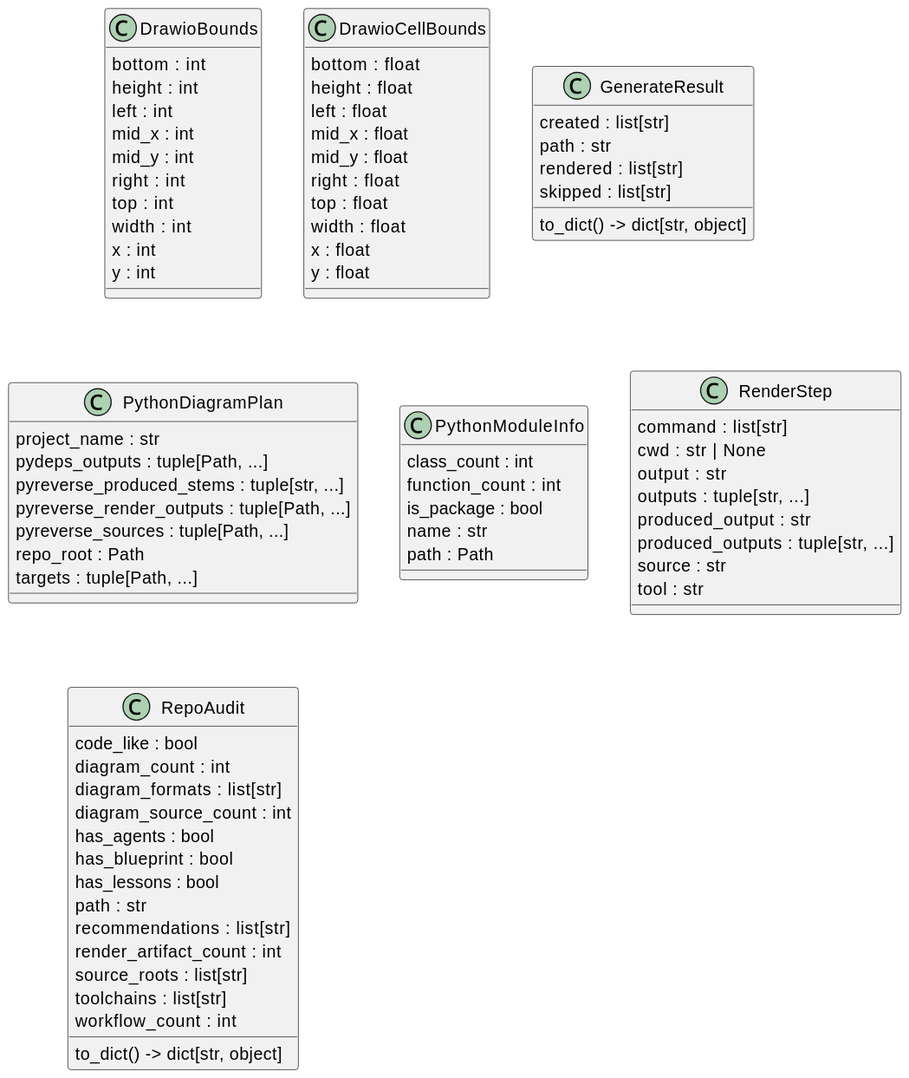
Above: docs/diagrams/python-classes.puml.svg in casonk/archility (PlantUML), before the change.
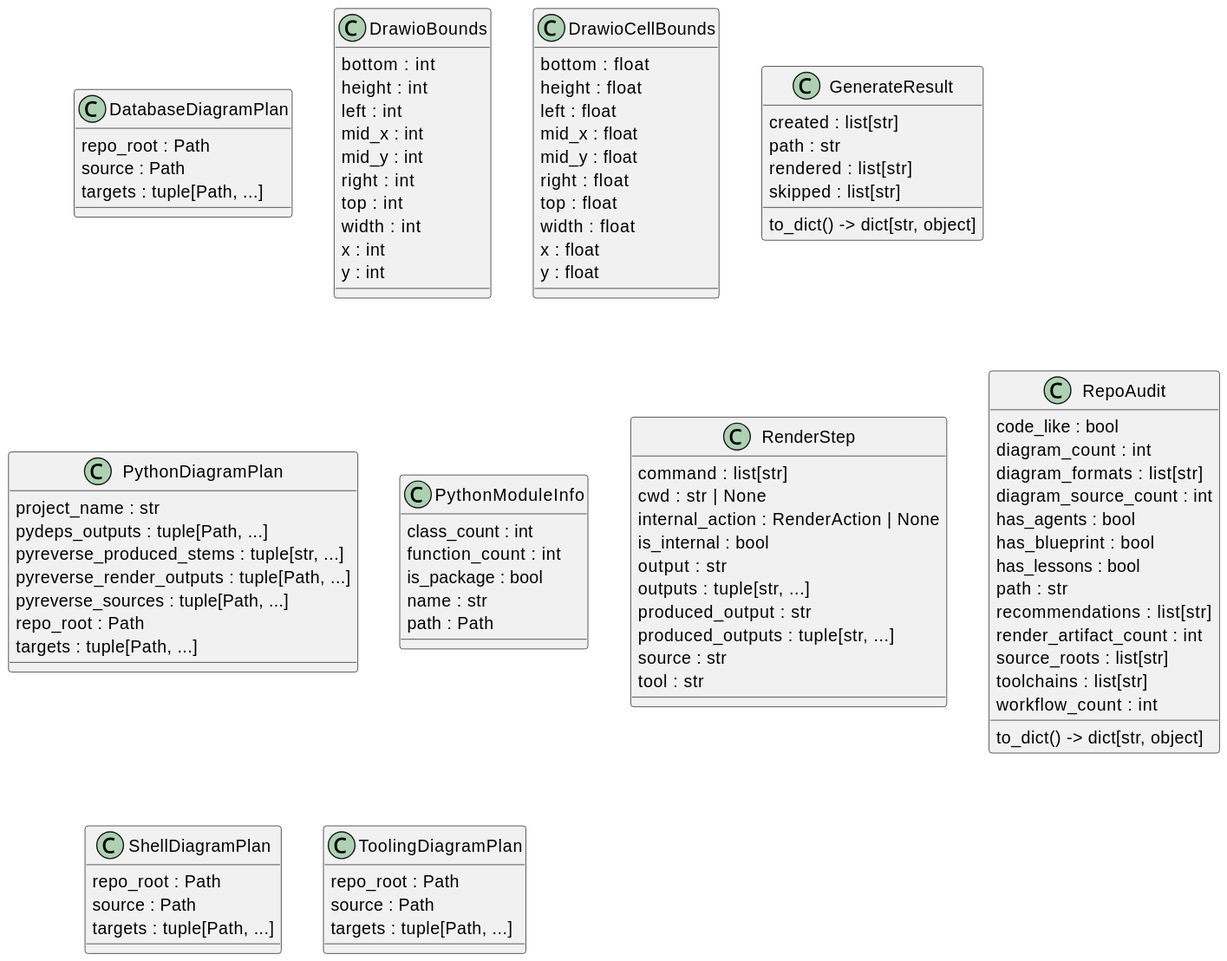
After the commit.

The edit, as a diff of the source:
```diff
@@ -1,5 +1,10 @@
 @startuml
 set namespaceSeparator none
+class "DatabaseDiagramPlan" as archility.render.DatabaseDiagramPlan {
+  repo_root : Path
+  source : Path
+  targets : tuple[Path, ...]
+}
 class "DrawioBounds" as archility.generate.DrawioBounds {
   bottom : int
   height : int
@@ -50,6 +55,8 @@
 class "RenderStep" as archility.render.RenderStep {
   command : list[str]
   cwd : str | None
+  internal_action : RenderAction | None
+  is_internal : bool
   output : str
   outputs : tuple[str, ...]
   produced_output : str
@@ -73,4 +80,14 @@
   workflow_count : int
   to_dict() -> dict[str, object]
 }
+class "ShellDiagramPlan" as archility.render.ShellDiagramPlan {
+  repo_root : Path
+  source : Path
+  targets : tuple[Path, ...]
+}
+class "ToolingDiagramPlan" as archility.render.ToolingDiagramPlan {
+  repo_root : Path
+  source : Path
+  targets : tuple[Path, ...]
+}
 @enduml
```
